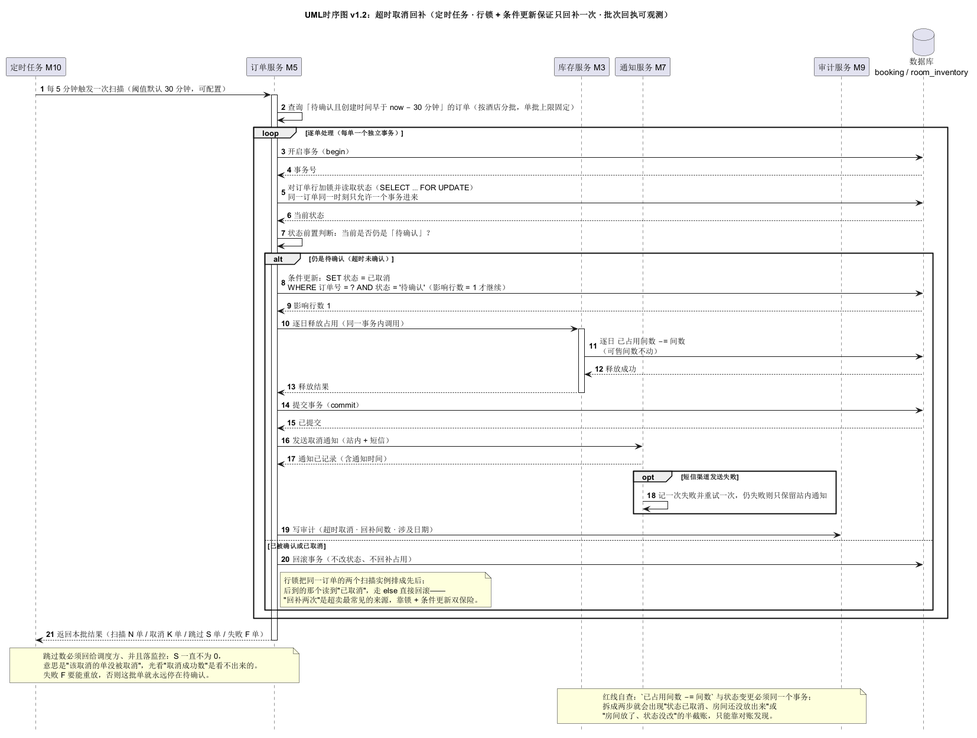
This is exp2/UML/UML时序图-超时取消.png from ChenYiFanAccount/softeng-lab1-requirements, a PlantUML export, as it was before one commit.
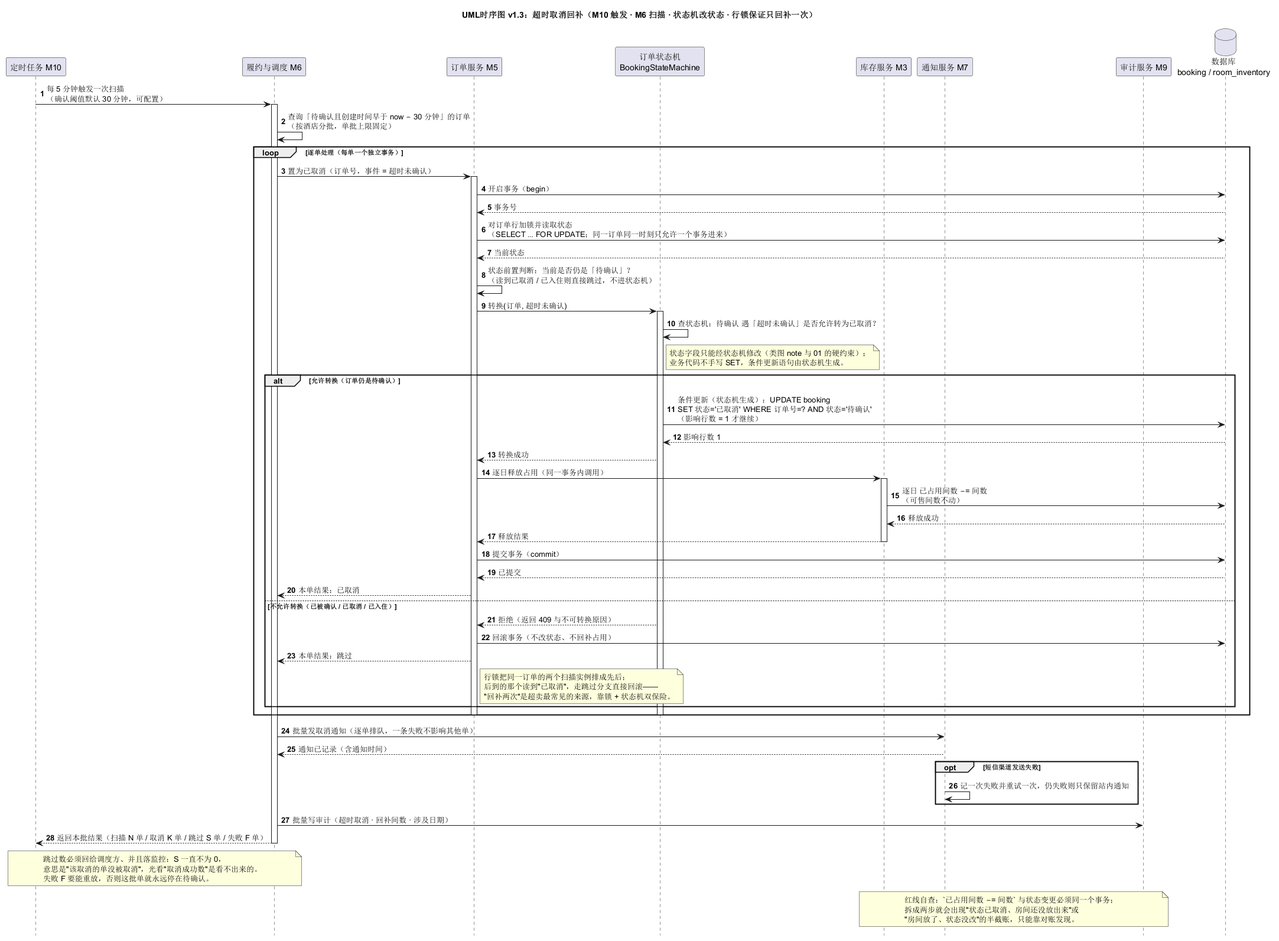
The same diagram one commit later.

Diff of the diagram source:
```diff
@@ -1,29 +1,38 @@
 @startuml
-title UML时序图 v1.2：超时取消回补（定时任务 · 行锁 + 条件更新保证只回补一次 · 批次回执可观测）
+title UML时序图 v1.3：超时取消回补（M10 触发 · M6 扫描 · 状态机改状态 · 行锁保证只回补一次）
 autonumber
 hide footbox
 
 participant "定时任务 M10" as M10
+participant "履约与调度 M6" as M6
 participant "订单服务 M5" as M5
+participant "订单状态机\nBookingStateMachine" as SM
 participant "库存服务 M3" as M3
 participant "通知服务 M7" as M7
 participant "审计服务 M9" as M9
 database "数据库\nbooking / room_inventory" as DB
 
-M10 -> M5 : 每 5 分钟触发一次扫描（阈值默认 30 分钟，可配置）
-activate M5
-M5 -> M5 : 查询「待确认且创建时间早于 now − 30 分钟」的订单（按酒店分批，单批上限固定）
+M10 -> M6 : 每 5 分钟触发一次扫描\n（确认阈值默认 30 分钟，可配置）
+activate M6
+M6 -> M6 : 查询「待确认且创建时间早于 now − 30 分钟」的订单\n（按酒店分批，单批上限固定）
 
 loop 逐单处理（每单一个独立事务）
+  M6 -> M5 : 置为已取消（订单号，事件 = 超时未确认）
+  activate M5
   M5 -> DB : 开启事务（begin）
   DB --> M5 : 事务号
-  M5 -> DB : 对订单行加锁并读取状态（SELECT … FOR UPDATE）\n同一订单同一时刻只允许一个事务进来
+  M5 -> DB : 对订单行加锁并读取状态\n（SELECT … FOR UPDATE；同一订单同一时刻只允许一个事务进来）
   DB --> M5 : 当前状态
-  M5 -> M5 : 状态前置判断：当前是否仍是「待确认」？
+  M5 -> M5 : 状态前置判断：当前是否仍是「待确认」？\n（读到已取消 / 已入住则直接跳过，不进状态机）
+  M5 -> SM : 转换(订单, 超时未确认)
+  activate SM
+  SM -> SM : 查状态机：待确认 遇「超时未确认」是否允许转为已取消？
+  note right of SM : 状态字段只能经状态机修改（类图 note 与 01 的硬约束）；\n业务代码不手写 SET，条件更新语句由状态机生成。
 
-  alt 仍是待确认（超时未确认）
-    M5 -> DB : 条件更新：SET 状态 = 已取消\nWHERE 订单号 = ? AND 状态 = '待确认'（影响行数 = 1 才继续）
-    DB --> M5 : 影响行数 1
+  alt 允许转换（订单仍是待确认）
+    SM -> DB : 条件更新（状态机生成）：UPDATE booking\nSET 状态='已取消' WHERE 订单号=? AND 状态='待确认'\n（影响行数 = 1 才继续）
+    DB --> SM : 影响行数 1
+    SM --> M5 : 转换成功
     M5 -> M3 : 逐日释放占用（同一事务内调用）
     activate M3
     M3 -> DB : 逐日 已占用间数 −= 间数\n（可售间数不动）
@@ -32,28 +41,33 @@
     deactivate M3
     M5 -> DB : 提交事务（commit）
     DB --> M5 : 已提交
-    M5 -> M7 : 发送取消通知（站内 + 短信）
-    M7 --> M5 : 通知已记录（含通知时间）
-
-    opt 短信渠道发送失败
-      M7 -> M7 : 记一次失败并重试一次，仍失败则只保留站内通知
-    end
-
-    M5 -> M9 : 写审计（超时取消 · 回补间数 · 涉及日期）
-  else 已被确认或已取消
+    M5 --> M6 : 本单结果：已取消
+  else 不允许转换（已被确认 / 已取消 / 已入住）
+    SM --> M5 : 拒绝（返回 409 与不可转换原因）
     M5 -> DB : 回滚事务（不改状态、不回补占用）
-    note right of M5 : 行锁把同一订单的两个扫描实例排成先后；\n后到的那个读到"已取消"，走 else 直接回滚——\n"回补两次"是超卖最常见的来源，靠锁 + 条件更新双保险。
+    M5 --> M6 : 本单结果：跳过
+    note right of M5 : 行锁把同一订单的两个扫描实例排成先后；\n后到的那个读到"已取消"，走跳过分支直接回滚——\n"回补两次"是超卖最常见的来源，靠锁 + 状态机双保险。
   end
+  deactivate SM
+  deactivate M5
 end
 
-M5 --> M10 : 返回本批结果（扫描 N 单 / 取消 K 单 / 跳过 S 单 / 失败 F 单）
-note over M10, M5
+M6 -> M7 : 批量发取消通知（逐单排队，一条失败不影响其他单）
+M7 --> M6 : 通知已记录（含通知时间）
+
+opt 短信渠道发送失败
+  M7 -> M7 : 记一次失败并重试一次，仍失败则只保留站内通知
+end
+
+M6 -> M9 : 批量写审计（超时取消 · 回补间数 · 涉及日期）
+M6 --> M10 : 返回本批结果（扫描 N 单 / 取消 K 单 / 跳过 S 单 / 失败 F 单）
+note over M10, M6
   跳过数必须回给调度方、并且落监控：S 一直不为 0，
   意思是"该取消的单没被取消"，光看"取消成功数"是看不出来的。
   失败 F 要能重放，否则这批单就永远停在待确认。
 end note
 
-deactivate M5
+deactivate M6
 
 note over M3, M9
   红线自查：`已占用间数 −= 间数` 与状态变更必须同一个事务；
```
